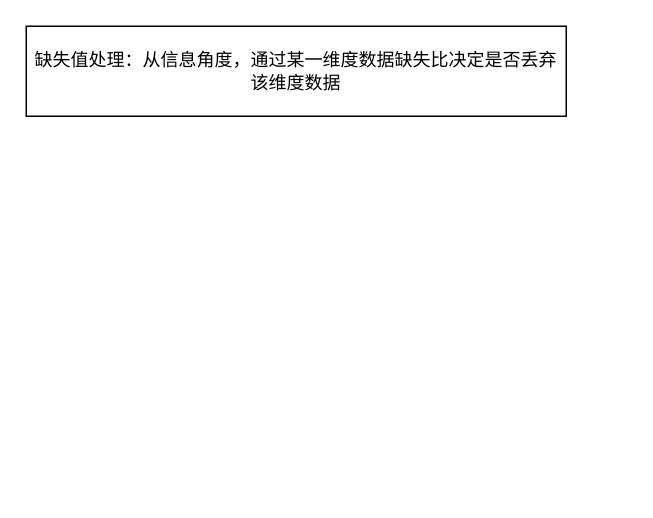
The draw.io diagram 数据处理/数据预处理.drawio in sunzx97/diagram, before the edit. Source tidied: cells renumbered, new cells numbered last; positions are measured from the earlier drawing's top-left corner, leaving out a move shared by most shapes. Both pictures are drawn from the tidied source at 150%, with x=0, y=0 at pixel (26, 26).
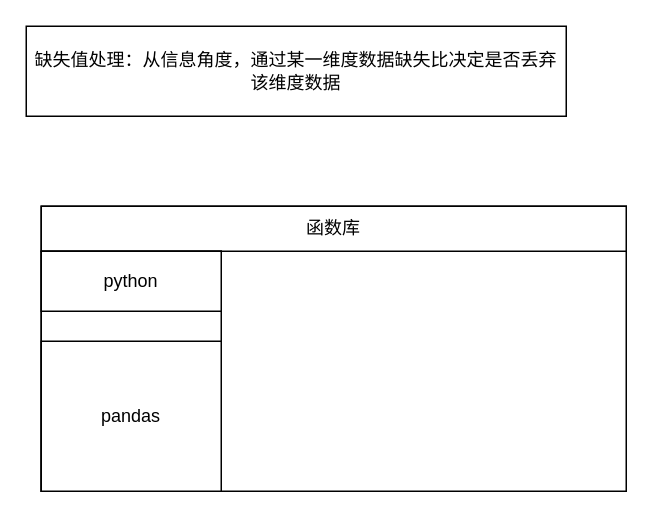
The same page after the edit.

Commit message (it also covers changes not shown here):
Update 数据预处理.drawio

The edit, as a diff of the source:
```diff
@@
 <mxGraphModel>
   <root>
     <mxCell id="0" />
     <mxCell id="1" parent="0" />
     <mxCell id="2" value="缺失值处理：从信息角度，通过某一维度数据缺失比决定是否丢弃该维度数据" style="rounded=0;whiteSpace=wrap;html=1;" parent="1" vertex="1">
       <mxGeometry width="360" height="60" as="geometry" />
     </mxCell>
+    <mxCell id="3" style="rounded=0;whiteSpace=wrap;html=1;" parent="1" vertex="1">
+      <mxGeometry x="10" y="120" width="390" height="190" as="geometry" />
+    </mxCell>
+    <mxCell id="4" value="函数库" style="rounded=0;whiteSpace=wrap;html=1;" parent="1" vertex="1">
+      <mxGeometry x="10" y="120" width="390" height="30" as="geometry" />
+    </mxCell>
+    <mxCell id="5" style="rounded=0;whiteSpace=wrap;html=1;" parent="1" vertex="1">
+      <mxGeometry x="10" y="150" width="120" height="160" as="geometry" />
+    </mxCell>
+    <mxCell id="6" value="python" style="rounded=0;whiteSpace=wrap;html=1;" parent="1" vertex="1">
+      <mxGeometry x="10" y="150" width="120" height="40" as="geometry" />
+    </mxCell>
+    <mxCell id="7" value="pandas" style="rounded=0;whiteSpace=wrap;html=1;" parent="1" vertex="1">
+      <mxGeometry x="10" y="210" width="120" height="100" as="geometry" />
+    </mxCell>
   </root>
 </mxGraphModel>
```
